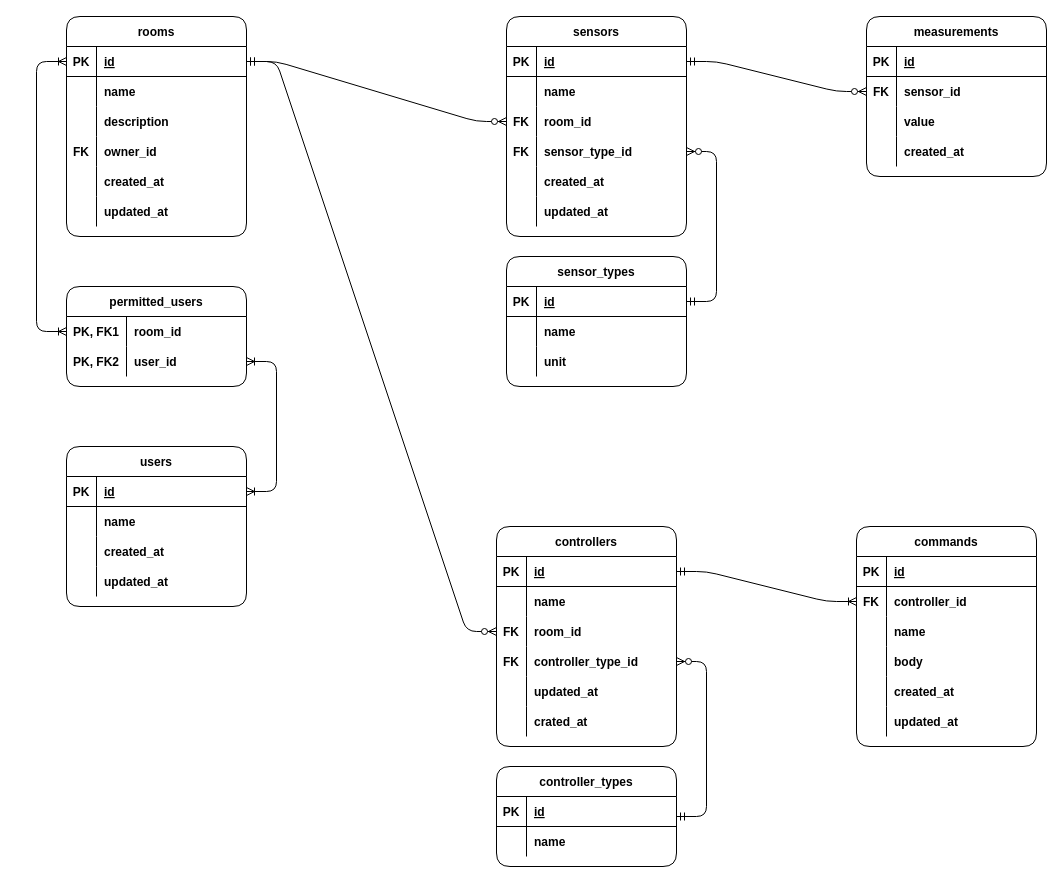
Earlier version of the draw.io diagram page "ER図" (7 of 7) of HouseAdministrator.drawio (JUNNETWORKS/house_administrator). Source tidied: cells renumbered, new cells numbered last; positions are measured from the earlier drawing's top-left corner, leaving out a move shared by most shapes. Both pictures are drawn from the tidied source at 100%, with x=0, y=0 at pixel (36, 16).
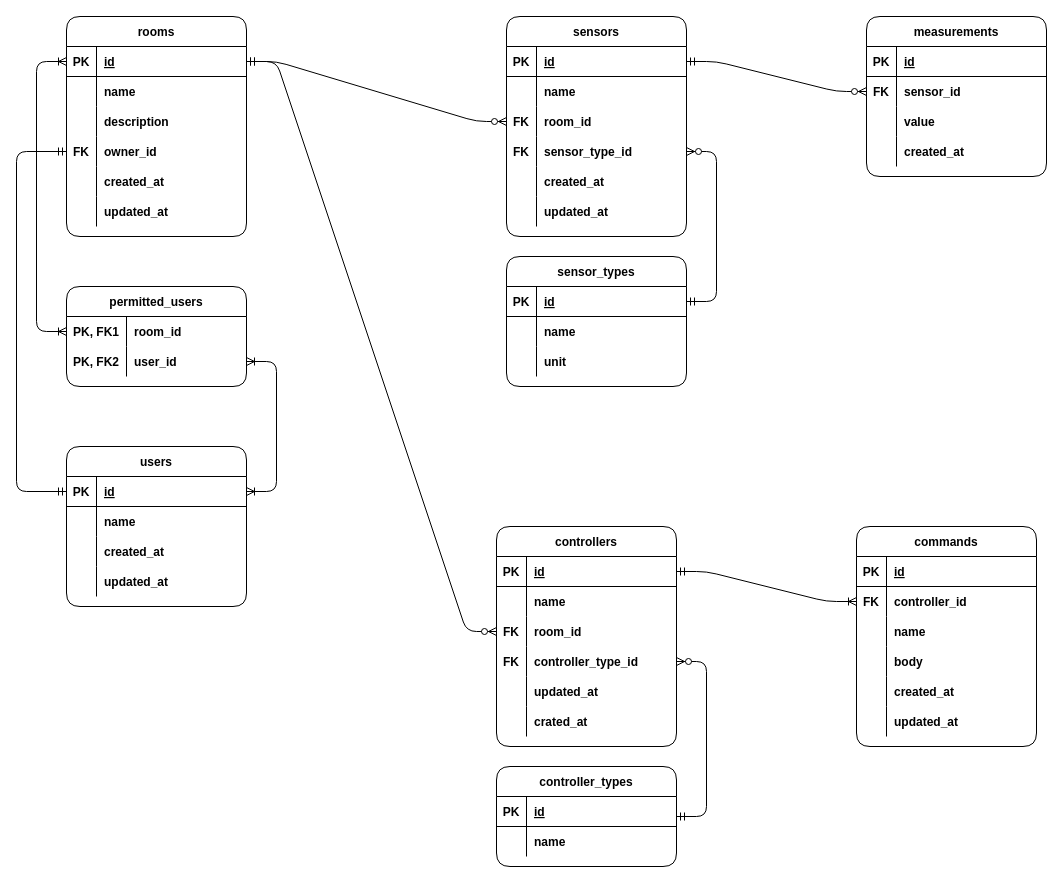
The same diagram, later.

Unchanged cells that the change refers to:
```xml
<mxCell id="12" style="shape=partialRectangle;fillColor=none;top=0;left=0;bottom=0;right=0;points=[[0,0.5],[1,0.5]];portConstraint=eastwest;rounded=1;" parent="2" vertex="1">
  <mxGeometry y="120" width="180" height="30" as="geometry" />
</mxCell>
<mxCell id="115" style="shape=partialRectangle;fillColor=none;top=0;left=0;bottom=1;right=0;points=[[0,0.5],[1,0.5]];portConstraint=eastwest;rounded=1;" parent="114" vertex="1">
  <mxGeometry y="30" width="180" height="30" as="geometry" />
</mxCell>
```

What changed in the source:
```diff
@@
+    <mxCell id="136" style="edgeStyle=elbowEdgeStyle;fontSize=12;html=1;endArrow=ERmandOne;startArrow=ERmandOne;" parent="1" edge="1" source="12" target="115">
+      <mxGeometry relative="1" as="geometry">
+        <Array as="points">
+          <mxPoint x="-20" y="290" />
+        </Array>
+      </mxGeometry>
+    </mxCell>
```
